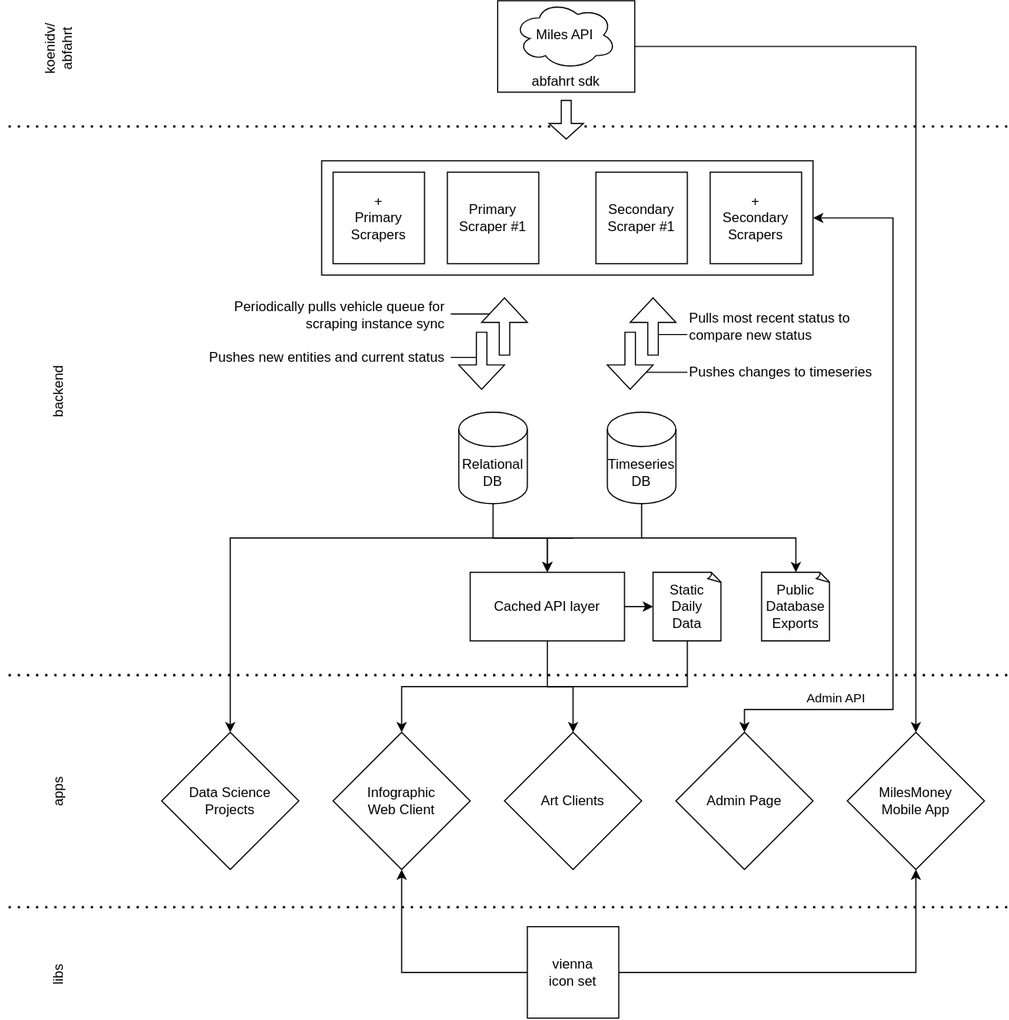
Above: docs/Project Structure.drawio.svg in koenidv/vorfahrt (draw.io), before the change. Source tidied: cells renumbered, new cells last; positions are measured from the earlier drawing's top-left corner, leaving out a move shared by most shapes.
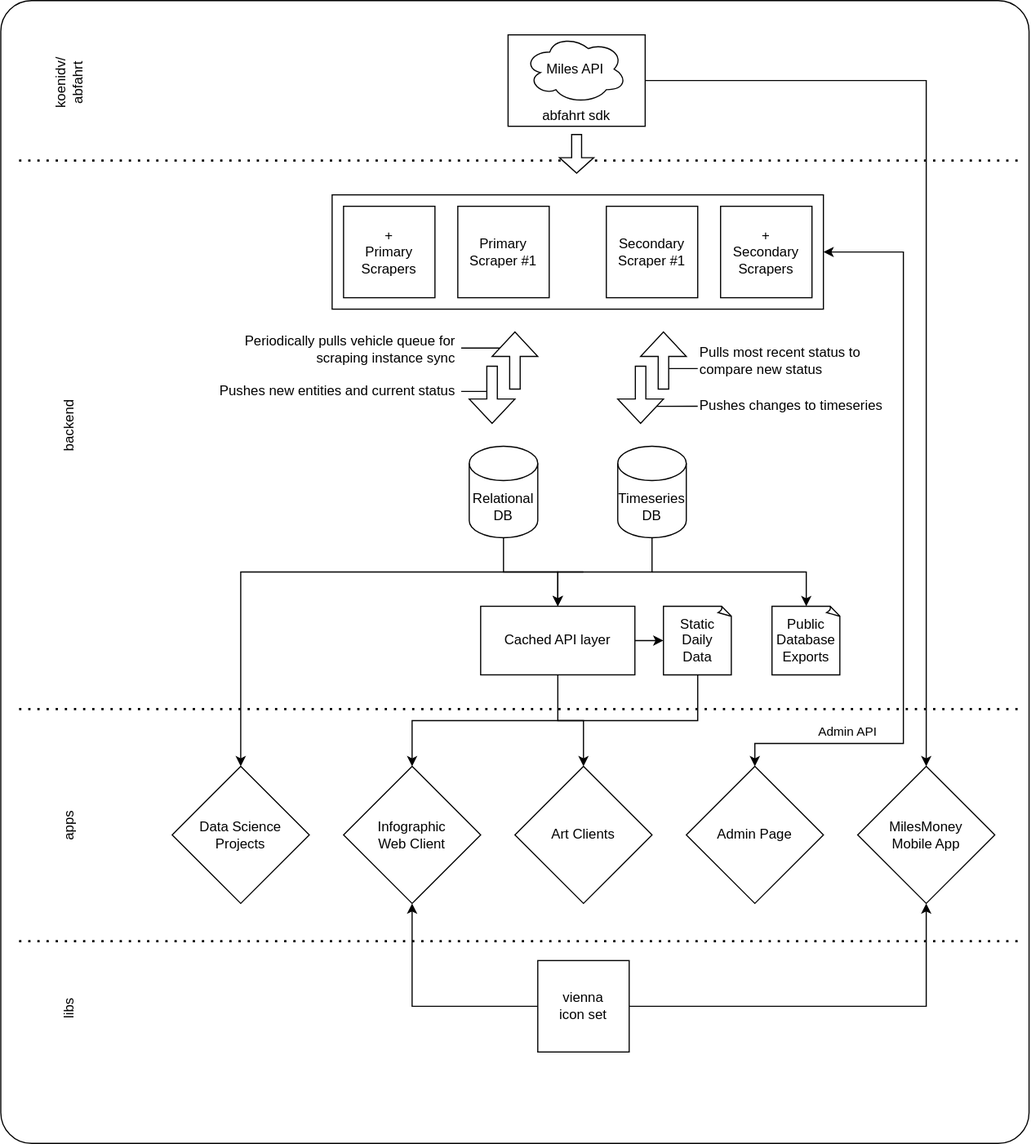
The same diagram one commit later.

Change to the diagram source:
```diff
@@ -2,6 +2,9 @@
   <root>
     <mxCell id="0" />
     <mxCell id="1" parent="0" />
+    <mxCell id="51" style="rounded=1;whiteSpace=wrap;html=1;arcSize=3;" parent="1" vertex="1">
+      <mxGeometry x="-10" y="-30" width="900" height="1000" as="geometry" />
+    </mxCell>
     <mxCell id="2" style="endArrow=none;dashed=1;html=1;dashPattern=1 3;strokeWidth=2;rounded=0;" parent="1" edge="1">
       <mxGeometry relative="1" as="geometry">
         <mxPoint x="880" y="110" as="sourcePoint" />
```
